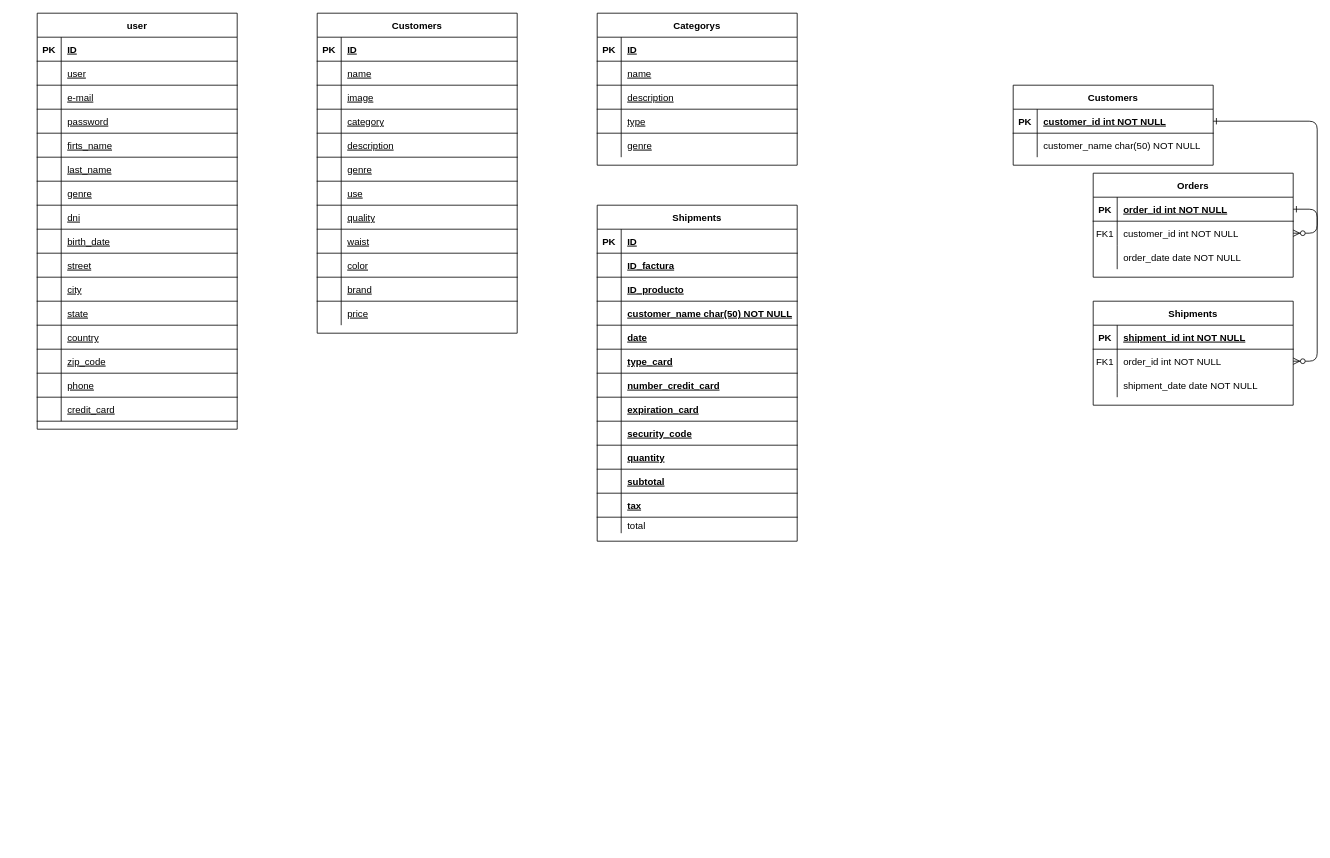
Earlier version of the draw.io diagram Untitled Diagram.drawio (canetemauricio/equipo11). Source tidied: cells renumbered, new cells numbered last; positions are measured from the earlier drawing's top-left corner, leaving out a move shared by most shapes. Both pictures are drawn from the tidied source at 80%, with x=0, y=0 at pixel (37, 13).
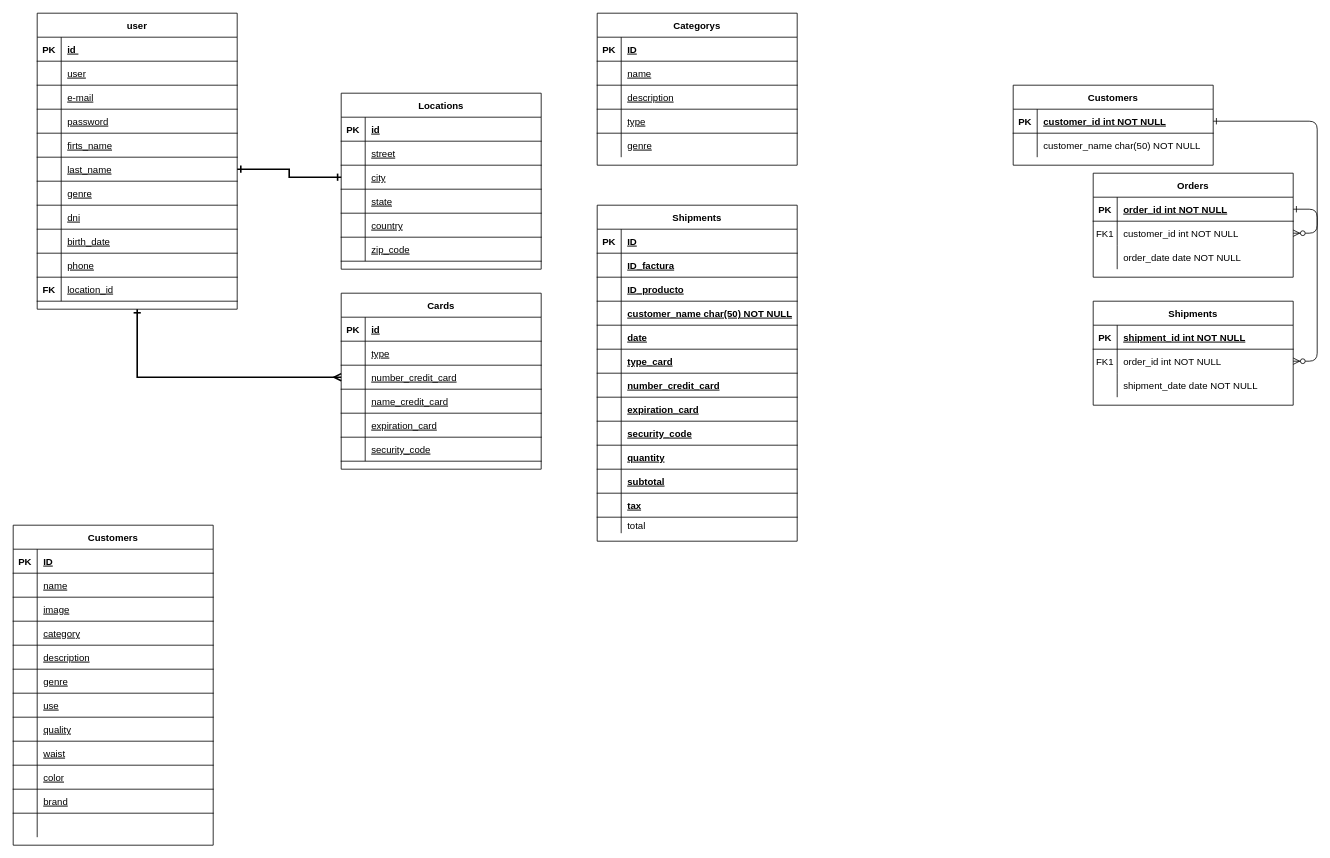
Above is the later version.

Unchanged cells that the change refers to:
```xml
<mxCell id="32" style="shape=partialRectangle;fillColor=none;top=0;left=0;right=0;bottom=1;" parent="31" vertex="1">
  <mxGeometry y="30" width="250" height="30" as="geometry" />
</mxCell>
<mxCell id="47" style="shape=partialRectangle;fillColor=none;points=[[0,0.5],[1,0.5]];portConstraint=eastwest;top=0;left=0;right=0;bottom=1;fontStyle=0;" parent="31" vertex="1">
  <mxGeometry y="180" width="250" height="30" as="geometry" />
</mxCell>
```

The edit, as a diff of the source:
```diff
@@
     <mxCell id="31" value="user" style="shape=table;startSize=30;childLayout=tableLayout;rowLines=0;fontStyle=1;align=center;" parent="1" vertex="1">
-      <mxGeometry width="250" height="520" as="geometry" />
+      <mxGeometry width="250" height="370" as="geometry" />
     </mxCell>
@@
-    <mxCell id="34" value="ID" style="shape=partialRectangle;overflow=hidden;fillColor=none;top=0;left=0;bottom=0;right=0;align=left;spacingLeft=6;fontStyle=5;" parent="32" vertex="1">
+    <mxCell id="34" value="id " style="shape=partialRectangle;overflow=hidden;fillColor=none;top=0;left=0;bottom=0;right=0;align=left;spacingLeft=6;fontStyle=5;" parent="32" vertex="1">
       <mxGeometry x="30" width="220" height="30" as="geometry" />
     </mxCell>
@@
-    <mxCell id="59" style="shape=partialRectangle;fillColor=none;top=0;left=0;right=0;bottom=1;fontStyle=0;" parent="31" vertex="1">
-      <mxGeometry y="300" width="250" height="30" as="geometry" />
-    </mxCell>
-    <mxCell id="60" style="shape=partialRectangle;overflow=hidden;fillColor=none;top=0;left=0;bottom=0;right=0;fontStyle=0;" parent="59" vertex="1">
-      <mxGeometry width="30" height="30" as="geometry" />
-    </mxCell>
-    <mxCell id="61" value="street" style="shape=partialRectangle;overflow=hidden;fillColor=none;top=0;left=0;bottom=0;right=0;align=left;spacingLeft=6;fontStyle=4;" parent="59" vertex="1">
-      <mxGeometry x="30" width="220" height="30" as="geometry" />
-    </mxCell>
-    <mxCell id="62" style="shape=partialRectangle;fillColor=none;top=0;left=0;right=0;bottom=1;fontStyle=0;" parent="31" vertex="1">
-      <mxGeometry y="330" width="250" height="30" as="geometry" />
-    </mxCell>
-    <mxCell id="63" style="shape=partialRectangle;overflow=hidden;fillColor=none;top=0;left=0;bottom=0;right=0;fontStyle=0;" parent="62" vertex="1">
-      <mxGeometry width="30" height="30" as="geometry" />
-    </mxCell>
-    <mxCell id="64" value="city" style="shape=partialRectangle;overflow=hidden;fillColor=none;top=0;left=0;bottom=0;right=0;align=left;spacingLeft=6;fontStyle=4;" parent="62" vertex="1">
-      <mxGeometry x="30" width="220" height="30" as="geometry" />
-    </mxCell>
-    <mxCell id="65" style="shape=partialRectangle;fillColor=none;top=0;left=0;right=0;bottom=1;fontStyle=0;" parent="31" vertex="1">
-      <mxGeometry y="360" width="250" height="30" as="geometry" />
-    </mxCell>
-    <mxCell id="66" style="shape=partialRectangle;overflow=hidden;fillColor=none;top=0;left=0;bottom=0;right=0;fontStyle=0;" parent="65" vertex="1">
-      <mxGeometry width="30" height="30" as="geometry" />
-    </mxCell>
-    <mxCell id="67" value="state" style="shape=partialRectangle;overflow=hidden;fillColor=none;top=0;left=0;bottom=0;right=0;align=left;spacingLeft=6;fontStyle=4;" parent="65" vertex="1">
-      <mxGeometry x="30" width="220" height="30" as="geometry" />
-    </mxCell>
-    <mxCell id="68" style="shape=partialRectangle;fillColor=none;top=0;left=0;right=0;bottom=1;fontStyle=0;" parent="31" vertex="1">
-      <mxGeometry y="390" width="250" height="30" as="geometry" />
-    </mxCell>
-    <mxCell id="69" style="shape=partialRectangle;overflow=hidden;fillColor=none;top=0;left=0;bottom=0;right=0;fontStyle=0;" parent="68" vertex="1">
-      <mxGeometry width="30" height="30" as="geometry" />
-    </mxCell>
-    <mxCell id="70" value="country" style="shape=partialRectangle;overflow=hidden;fillColor=none;top=0;left=0;bottom=0;right=0;align=left;spacingLeft=6;fontStyle=4;" parent="68" vertex="1">
-      <mxGeometry x="30" width="220" height="30" as="geometry" />
-    </mxCell>
-    <mxCell id="71" style="shape=partialRectangle;fillColor=none;top=0;left=0;right=0;bottom=1;fontStyle=0;" parent="31" vertex="1">
-      <mxGeometry y="420" width="250" height="30" as="geometry" />
-    </mxCell>
-    <mxCell id="72" style="shape=partialRectangle;overflow=hidden;fillColor=none;top=0;left=0;bottom=0;right=0;fontStyle=0;" parent="71" vertex="1">
-      <mxGeometry width="30" height="30" as="geometry" />
-    </mxCell>
-    <mxCell id="73" value="zip_code" style="shape=partialRectangle;overflow=hidden;fillColor=none;top=0;left=0;bottom=0;right=0;align=left;spacingLeft=6;fontStyle=4;" parent="71" vertex="1">
-      <mxGeometry x="30" width="220" height="30" as="geometry" />
-    </mxCell>
     <mxCell id="74" style="shape=partialRectangle;fillColor=none;top=0;left=0;right=0;bottom=1;fontStyle=0;" parent="31" vertex="1">
-      <mxGeometry y="450" width="250" height="30" as="geometry" />
+      <mxGeometry y="300" width="250" height="30" as="geometry" />
     </mxCell>
@@
-    <mxCell id="77" style="shape=partialRectangle;fillColor=none;top=0;left=0;right=0;bottom=1;fontStyle=0;" parent="31" vertex="1">
-      <mxGeometry y="480" width="250" height="30" as="geometry" />
-    </mxCell>
-    <mxCell id="78" style="shape=partialRectangle;overflow=hidden;fillColor=none;top=0;left=0;bottom=0;right=0;fontStyle=0;" parent="77" vertex="1">
-      <mxGeometry width="30" height="30" as="geometry" />
-    </mxCell>
-    <mxCell id="79" value="credit_card" style="shape=partialRectangle;overflow=hidden;fillColor=none;top=0;left=0;bottom=0;right=0;align=left;spacingLeft=6;fontStyle=4;" parent="77" vertex="1">
-      <mxGeometry x="30" width="220" height="30" as="geometry" />
-    </mxCell>
+    <mxCell id="62" style="shape=partialRectangle;fillColor=none;top=0;left=0;right=0;bottom=1;fontStyle=0;" parent="31" vertex="1">
+      <mxGeometry y="330" width="250" height="30" as="geometry" />
+    </mxCell>
+    <mxCell id="178" value="FK" style="shape=partialRectangle;overflow=hidden;fillColor=none;top=0;left=0;bottom=0;right=0;fontStyle=1;labelBorderColor=none;" parent="62" vertex="1">
+      <mxGeometry width="30" height="30" as="geometry" />
+    </mxCell>
+    <mxCell id="179" value="location_id" style="shape=partialRectangle;overflow=hidden;fillColor=none;top=0;left=0;bottom=0;right=0;align=left;spacingLeft=6;fontStyle=4;" parent="62" vertex="1">
+      <mxGeometry x="30" width="220" height="30" as="geometry" />
+    </mxCell>
     <mxCell id="80" value="Customers" style="shape=table;startSize=30;childLayout=tableLayout;rowLines=0;fontStyle=1;align=center;" parent="1" vertex="1">
-      <mxGeometry x="350" width="250" height="400" as="geometry" />
+      <mxGeometry x="-30" y="640" width="250" height="400" as="geometry" />
     </mxCell>
@@
-    <mxCell id="117" value="price" style="shape=partialRectangle;overflow=hidden;fillColor=none;top=0;left=0;bottom=0;right=0;align=left;spacingLeft=6;fontStyle=4;" parent="1" vertex="1">
-      <mxGeometry x="380" y="360" width="220" height="30" as="geometry" />
-    </mxCell>
@@
+    <mxCell id="180" value="Cards" style="shape=table;startSize=30;childLayout=tableLayout;rowLines=0;fontStyle=1;align=center;" parent="1" vertex="1">
+      <mxGeometry x="380" y="350" width="250" height="220" as="geometry" />
+    </mxCell>
+    <mxCell id="181" style="shape=partialRectangle;fillColor=none;top=0;left=0;right=0;bottom=1;" parent="180" vertex="1">
+      <mxGeometry y="30" width="250" height="30" as="geometry" />
+    </mxCell>
+    <mxCell id="182" value="PK" style="shape=partialRectangle;overflow=hidden;fillColor=none;top=0;left=0;bottom=0;right=0;fontStyle=1;" parent="181" vertex="1">
+      <mxGeometry width="30" height="30" as="geometry" />
+    </mxCell>
+    <mxCell id="183" value="id" style="shape=partialRectangle;overflow=hidden;fillColor=none;top=0;left=0;bottom=0;right=0;align=left;spacingLeft=6;fontStyle=5;" parent="181" vertex="1">
+      <mxGeometry x="30" width="220" height="30" as="geometry" />
+    </mxCell>
+    <mxCell id="184" style="shape=partialRectangle;fillColor=none;top=0;left=0;right=0;bottom=1;fontStyle=0;" parent="180" vertex="1">
+      <mxGeometry y="60" width="250" height="30" as="geometry" />
+    </mxCell>
+    <mxCell id="185" style="shape=partialRectangle;overflow=hidden;fillColor=none;top=0;left=0;bottom=0;right=0;fontStyle=0;" parent="184" vertex="1">
+      <mxGeometry width="30" height="30" as="geometry" />
+    </mxCell>
+    <mxCell id="186" value="type" style="shape=partialRectangle;overflow=hidden;fillColor=none;top=0;left=0;bottom=0;right=0;align=left;spacingLeft=6;fontStyle=4;" parent="184" vertex="1">
+      <mxGeometry x="30" width="220" height="30" as="geometry" />
+    </mxCell>
+    <mxCell id="187" style="shape=partialRectangle;fillColor=none;points=[[0,0.5],[1,0.5]];portConstraint=eastwest;top=0;left=0;right=0;bottom=1;fontStyle=0;" parent="180" vertex="1">
+      <mxGeometry y="90" width="250" height="30" as="geometry" />
+    </mxCell>
+    <mxCell id="188" style="shape=partialRectangle;overflow=hidden;fillColor=none;top=0;left=0;bottom=0;right=0;fontStyle=0;" parent="187" vertex="1">
+      <mxGeometry width="30" height="30" as="geometry" />
+    </mxCell>
+    <mxCell id="189" style="shape=partialRectangle;overflow=hidden;fillColor=none;top=0;left=0;bottom=0;right=0;align=left;spacingLeft=6;fontStyle=4;" parent="187" vertex="1">
+      <mxGeometry x="30" width="220" height="30" as="geometry" />
+    </mxCell>
+    <mxCell id="190" style="shape=partialRectangle;fillColor=none;top=0;left=0;right=0;bottom=1;fontStyle=0;" parent="180" vertex="1">
+      <mxGeometry y="120" width="250" height="30" as="geometry" />
+    </mxCell>
+    <mxCell id="191" style="shape=partialRectangle;overflow=hidden;fillColor=none;top=0;left=0;bottom=0;right=0;fontStyle=0;" parent="190" vertex="1">
+      <mxGeometry width="30" height="30" as="geometry" />
+    </mxCell>
+    <mxCell id="192" style="shape=partialRectangle;overflow=hidden;fillColor=none;top=0;left=0;bottom=0;right=0;align=left;spacingLeft=6;fontStyle=4;" parent="190" vertex="1">
+      <mxGeometry x="30" width="220" height="30" as="geometry" />
+    </mxCell>
+    <mxCell id="193" style="shape=partialRectangle;fillColor=none;top=0;left=0;right=0;bottom=1;fontStyle=0;" parent="180" vertex="1">
+      <mxGeometry y="150" width="250" height="30" as="geometry" />
+    </mxCell>
+    <mxCell id="194" style="shape=partialRectangle;overflow=hidden;fillColor=none;top=0;left=0;bottom=0;right=0;fontStyle=0;" parent="193" vertex="1">
+      <mxGeometry width="30" height="30" as="geometry" />
+    </mxCell>
+    <mxCell id="195" style="shape=partialRectangle;overflow=hidden;fillColor=none;top=0;left=0;bottom=0;right=0;align=left;spacingLeft=6;fontStyle=4;" parent="193" vertex="1">
+      <mxGeometry x="30" width="220" height="30" as="geometry" />
+    </mxCell>
+    <mxCell id="196" style="shape=partialRectangle;fillColor=none;top=0;left=0;right=0;bottom=1;fontStyle=0;" parent="180" vertex="1">
+      <mxGeometry y="180" width="250" height="30" as="geometry" />
+    </mxCell>
+    <mxCell id="197" style="shape=partialRectangle;overflow=hidden;fillColor=none;top=0;left=0;bottom=0;right=0;fontStyle=0;" parent="196" vertex="1">
+      <mxGeometry width="30" height="30" as="geometry" />
+    </mxCell>
+    <mxCell id="198" style="shape=partialRectangle;overflow=hidden;fillColor=none;top=0;left=0;bottom=0;right=0;align=left;spacingLeft=6;fontStyle=4;" parent="196" vertex="1">
+      <mxGeometry x="30" width="220" height="30" as="geometry" />
+    </mxCell>
+    <mxCell id="199" style="edgeStyle=orthogonalEdgeStyle;rounded=0;jettySize=auto;html=1;entryX=1;entryY=0.5;entryDx=0;entryDy=0;startArrow=ERone;startFill=0;endArrow=ERone;endFill=0;strokeWidth=2;exitX=0;exitY=0.5;exitDx=0;exitDy=0;" parent="1" edge="1" source="206" target="47">
+      <mxGeometry relative="1" as="geometry" />
+    </mxCell>
+    <mxCell id="200" value="Locations" style="shape=table;startSize=30;childLayout=tableLayout;rowLines=0;fontStyle=1;align=center;" parent="1" vertex="1">
+      <mxGeometry x="380" y="100" width="250" height="220" as="geometry" />
+    </mxCell>
+    <mxCell id="201" style="shape=partialRectangle;fillColor=none;top=0;left=0;right=0;bottom=1;" parent="200" vertex="1">
+      <mxGeometry y="30" width="250" height="30" as="geometry" />
+    </mxCell>
+    <mxCell id="202" value="PK" style="shape=partialRectangle;overflow=hidden;fillColor=none;top=0;left=0;bottom=0;right=0;fontStyle=1;" parent="201" vertex="1">
+      <mxGeometry width="30" height="30" as="geometry" />
+    </mxCell>
+    <mxCell id="203" value="id" style="shape=partialRectangle;overflow=hidden;fillColor=none;top=0;left=0;bottom=0;right=0;align=left;spacingLeft=6;fontStyle=5;" parent="201" vertex="1">
+      <mxGeometry x="30" width="220" height="30" as="geometry" />
+    </mxCell>
+    <mxCell id="204" style="shape=partialRectangle;fillColor=none;top=0;left=0;right=0;bottom=1;fontStyle=0;" parent="200" vertex="1">
+      <mxGeometry y="60" width="250" height="30" as="geometry" />
+    </mxCell>
+    <mxCell id="205" style="shape=partialRectangle;overflow=hidden;fillColor=none;top=0;left=0;bottom=0;right=0;fontStyle=0;" parent="204" vertex="1">
+      <mxGeometry width="30" height="30" as="geometry" />
+    </mxCell>
+    <mxCell id="61" value="street" style="shape=partialRectangle;overflow=hidden;fillColor=none;top=0;left=0;bottom=0;right=0;align=left;spacingLeft=6;fontStyle=4;" parent="204" vertex="1">
+      <mxGeometry x="30" width="220" height="30" as="geometry" />
+    </mxCell>
+    <mxCell id="206" style="shape=partialRectangle;fillColor=none;points=[[0,0.5],[1,0.5]];portConstraint=eastwest;top=0;left=0;right=0;bottom=1;fontStyle=0;" parent="200" vertex="1">
+      <mxGeometry y="90" width="250" height="30" as="geometry" />
+    </mxCell>
+    <mxCell id="207" style="shape=partialRectangle;overflow=hidden;fillColor=none;top=0;left=0;bottom=0;right=0;fontStyle=0;" parent="206" vertex="1">
+      <mxGeometry width="30" height="30" as="geometry" />
+    </mxCell>
+    <mxCell id="64" value="city" style="shape=partialRectangle;overflow=hidden;fillColor=none;top=0;left=0;bottom=0;right=0;align=left;spacingLeft=6;fontStyle=4;" parent="206" vertex="1">
+      <mxGeometry x="30" width="220" height="30" as="geometry" />
+    </mxCell>
+    <mxCell id="208" style="shape=partialRectangle;fillColor=none;top=0;left=0;right=0;bottom=1;fontStyle=0;" parent="200" vertex="1">
+      <mxGeometry y="120" width="250" height="30" as="geometry" />
+    </mxCell>
+    <mxCell id="209" style="shape=partialRectangle;overflow=hidden;fillColor=none;top=0;left=0;bottom=0;right=0;fontStyle=0;" parent="208" vertex="1">
+      <mxGeometry width="30" height="30" as="geometry" />
+    </mxCell>
+    <mxCell id="67" value="state" style="shape=partialRectangle;overflow=hidden;fillColor=none;top=0;left=0;bottom=0;right=0;align=left;spacingLeft=6;fontStyle=4;" parent="208" vertex="1">
+      <mxGeometry x="30" width="220" height="30" as="geometry" />
+    </mxCell>
+    <mxCell id="210" style="shape=partialRectangle;fillColor=none;top=0;left=0;right=0;bottom=1;fontStyle=0;" parent="200" vertex="1">
+      <mxGeometry y="150" width="250" height="30" as="geometry" />
+    </mxCell>
+    <mxCell id="211" style="shape=partialRectangle;overflow=hidden;fillColor=none;top=0;left=0;bottom=0;right=0;fontStyle=0;" parent="210" vertex="1">
+      <mxGeometry width="30" height="30" as="geometry" />
+    </mxCell>
+    <mxCell id="70" value="country" style="shape=partialRectangle;overflow=hidden;fillColor=none;top=0;left=0;bottom=0;right=0;align=left;spacingLeft=6;fontStyle=4;" parent="210" vertex="1">
+      <mxGeometry x="30" width="220" height="30" as="geometry" />
+    </mxCell>
+    <mxCell id="212" style="shape=partialRectangle;fillColor=none;top=0;left=0;right=0;bottom=1;fontStyle=0;" parent="200" vertex="1">
+      <mxGeometry y="180" width="250" height="30" as="geometry" />
+    </mxCell>
+    <mxCell id="213" style="shape=partialRectangle;overflow=hidden;fillColor=none;top=0;left=0;bottom=0;right=0;fontStyle=0;" parent="212" vertex="1">
+      <mxGeometry width="30" height="30" as="geometry" />
+    </mxCell>
+    <mxCell id="73" value="zip_code" style="shape=partialRectangle;overflow=hidden;fillColor=none;top=0;left=0;bottom=0;right=0;align=left;spacingLeft=6;fontStyle=4;" parent="212" vertex="1">
+      <mxGeometry x="30" width="220" height="30" as="geometry" />
+    </mxCell>
+    <mxCell id="214" value="number_credit_card" style="shape=partialRectangle;overflow=hidden;fillColor=none;top=0;left=0;bottom=0;right=0;align=left;spacingLeft=6;fontStyle=4;" parent="1" vertex="1">
+      <mxGeometry x="410" y="440" width="220" height="30" as="geometry" />
+    </mxCell>
+    <mxCell id="215" value="name_credit_card" style="shape=partialRectangle;overflow=hidden;fillColor=none;top=0;left=0;bottom=0;right=0;align=left;spacingLeft=6;fontStyle=4;" parent="1" vertex="1">
+      <mxGeometry x="410" y="470" width="220" height="30" as="geometry" />
+    </mxCell>
+    <mxCell id="216" value="expiration_card" style="shape=partialRectangle;overflow=hidden;fillColor=none;top=0;left=0;bottom=0;right=0;align=left;spacingLeft=6;fontStyle=4;" parent="1" vertex="1">
+      <mxGeometry x="410" y="500" width="220" height="30" as="geometry" />
+    </mxCell>
+    <mxCell id="217" value="security_code" style="shape=partialRectangle;overflow=hidden;fillColor=none;top=0;left=0;bottom=0;right=0;align=left;spacingLeft=6;fontStyle=4;" parent="1" vertex="1">
+      <mxGeometry x="410" y="530" width="220" height="30" as="geometry" />
+    </mxCell>
+    <mxCell id="218" style="edgeStyle=orthogonalEdgeStyle;rounded=0;jettySize=auto;html=1;entryX=0.5;entryY=1;entryDx=0;entryDy=0;startArrow=ERmany;startFill=0;endArrow=ERone;endFill=0;strokeWidth=2;exitX=0;exitY=0.5;exitDx=0;exitDy=0;" parent="1" edge="1" source="187" target="31">
+      <mxGeometry relative="1" as="geometry" />
+    </mxCell>
```
